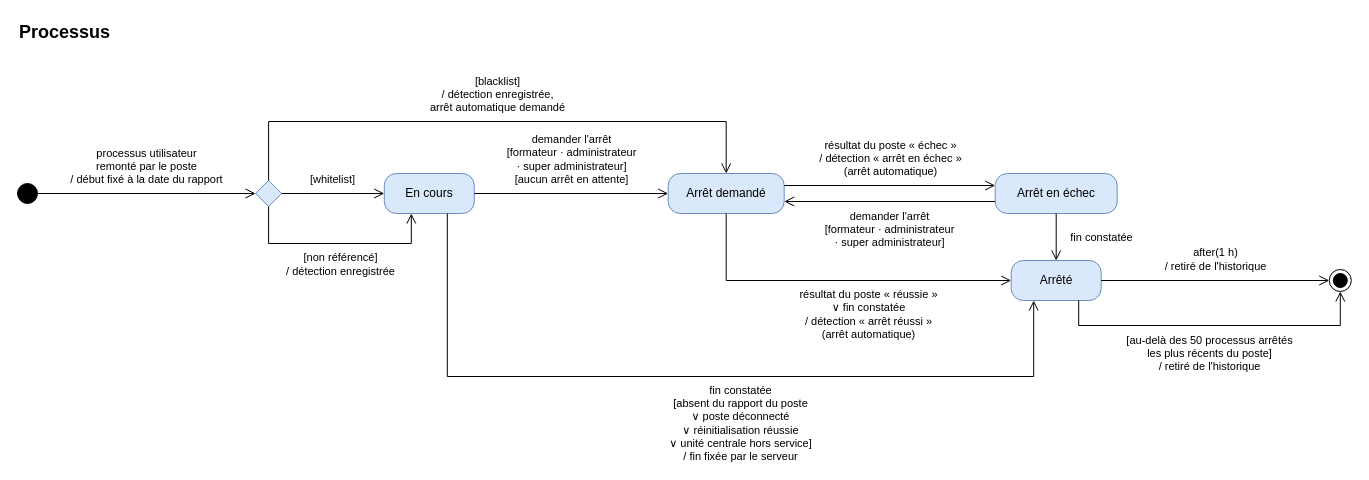
Above: page "Processus" (4 of 4) of docs/02-ANALYSE/03-ANALYSE/01-DIAGRAMMES-ETATS.drawio in bpierrelouis/aster (draw.io), before the change. Source tidied: cells renumbered, new cells numbered last; positions are measured from the earlier drawing's top-left corner, leaving out a move shared by most shapes. Both pictures are drawn from the tidied source at 100%, with x=0, y=0 at pixel (17, 17).
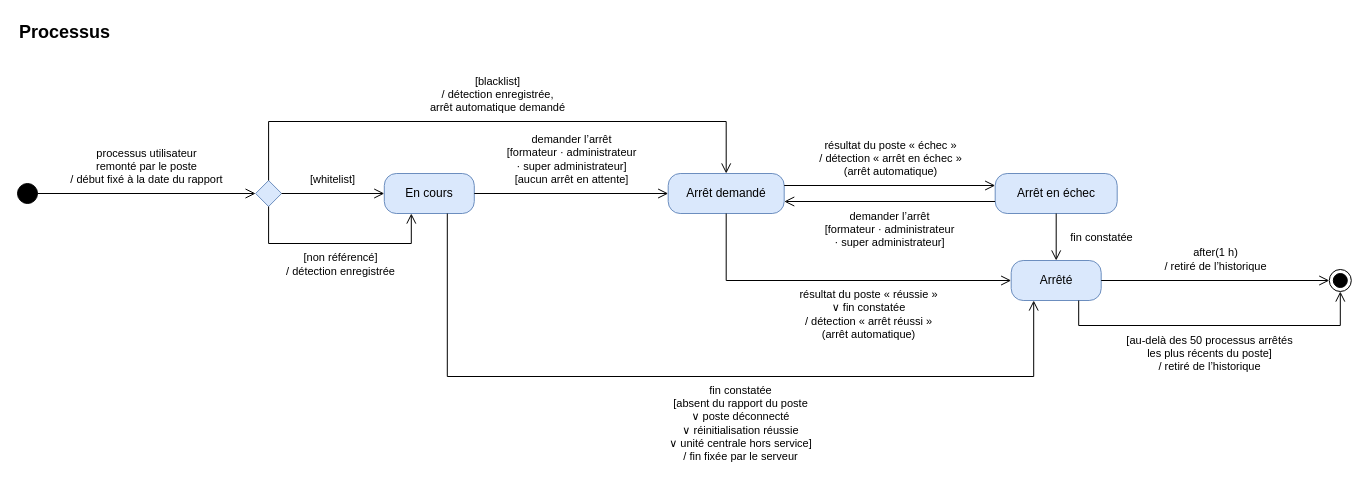
The same page after the edit.

Unchanged cells that the change refers to:
```xml
<mxCell id="5" value="En cours" style="rounded=1;arcSize=30;whiteSpace=wrap;html=1;fontSize=12;fillColor=#dae8fc;strokeColor=#6c8ebf;" parent="1" vertex="1">
  <mxGeometry x="366.8" y="156" width="90" height="40" as="geometry" />
</mxCell>
<mxCell id="6" value="Arrêt demandé" style="rounded=1;arcSize=30;whiteSpace=wrap;html=1;fontSize=12;fillColor=#dae8fc;strokeColor=#6c8ebf;" parent="1" vertex="1">
  <mxGeometry x="650.7" y="156" width="116" height="40" as="geometry" />
</mxCell>
<mxCell id="7" value="Arrêt en échec" style="rounded=1;arcSize=30;whiteSpace=wrap;html=1;fontSize=12;fillColor=#dae8fc;strokeColor=#6c8ebf;" parent="1" vertex="1">
  <mxGeometry x="977.7" y="156" width="122" height="40" as="geometry" />
</mxCell>
<mxCell id="8" value="Arrêté" style="rounded=1;arcSize=30;whiteSpace=wrap;html=1;fontSize=12;fillColor=#dae8fc;strokeColor=#6c8ebf;" parent="1" vertex="1">
  <mxGeometry x="993.7" y="243" width="90" height="40" as="geometry" />
</mxCell>
<mxCell id="9" style="ellipse;html=1;shape=endState;fillColor=#000000;strokeColor=#000000;fontSize=11;" parent="1" vertex="1">
  <mxGeometry x="1311.8" y="252" width="22" height="22" as="geometry" />
</mxCell>
```

Diff of the diagram source:
```diff
@@
-    <mxCell id="14" value="demander l'arrêt&lt;br&gt;[formateur · administrateur&lt;br&gt;· super administrateur]&lt;br&gt;[aucun arrêt en attente]" style="edgeStyle=orthogonalEdgeStyle;endArrow=open;endSize=8;html=1;rounded=0;fontSize=11;labelBackgroundColor=#ffffff;jumpStyle=arc;jumpSize=10;exitX=1;exitY=0.5;exitDx=0;exitDy=0;entryX=0;entryY=0.5;entryDx=0;entryDy=0;" parent="1" edge="1" source="5" target="6">
+    <mxCell id="14" value="demander l’arrêt&lt;br&gt;[formateur · administrateur&lt;br&gt;· super administrateur]&lt;br&gt;[aucun arrêt en attente]" style="edgeStyle=orthogonalEdgeStyle;endArrow=open;endSize=8;html=1;rounded=0;fontSize=11;labelBackgroundColor=#ffffff;jumpStyle=arc;jumpSize=10;exitX=1;exitY=0.5;exitDx=0;exitDy=0;entryX=0;entryY=0.5;entryDx=0;entryDy=0;" parent="1" edge="1" source="5" target="6">
       <mxGeometry relative="1" as="geometry">
         <mxPoint y="-34" as="offset" />
       </mxGeometry>
     </mxCell>
@@
-    <mxCell id="16" value="demander l'arrêt&lt;br&gt;[formateur · administrateur&lt;br&gt;· super administrateur]" style="edgeStyle=orthogonalEdgeStyle;endArrow=open;endSize=8;html=1;rounded=0;fontSize=11;labelBackgroundColor=#ffffff;jumpStyle=arc;jumpSize=10;exitX=0;exitY=0.7;exitDx=0;exitDy=0;entryX=1;entryY=0.7;entryDx=0;entryDy=0;" parent="1" edge="1" source="7" target="6">
+    <mxCell id="16" value="demander l’arrêt&lt;br&gt;[formateur · administrateur&lt;br&gt;· super administrateur]" style="edgeStyle=orthogonalEdgeStyle;endArrow=open;endSize=8;html=1;rounded=0;fontSize=11;labelBackgroundColor=#ffffff;jumpStyle=arc;jumpSize=10;exitX=0;exitY=0.7;exitDx=0;exitDy=0;entryX=1;entryY=0.7;entryDx=0;entryDy=0;" parent="1" edge="1" source="7" target="6">
       <mxGeometry relative="1" as="geometry">
         <mxPoint y="27.5" as="offset" />
       </mxGeometry>
     </mxCell>
@@
-    <mxCell id="20" value="after(1 h)&lt;br&gt;/ retiré de l'historique" style="edgeStyle=orthogonalEdgeStyle;endArrow=open;endSize=8;html=1;rounded=0;fontSize=11;labelBackgroundColor=#ffffff;jumpStyle=arc;jumpSize=10;exitX=1;exitY=0.5;exitDx=0;exitDy=0;entryX=0;entryY=0.5;entryDx=0;entryDy=0;" parent="1" edge="1" source="8" target="9">
+    <mxCell id="20" value="after(1 h)&lt;br&gt;/ retiré de l’historique" style="edgeStyle=orthogonalEdgeStyle;endArrow=open;endSize=8;html=1;rounded=0;fontSize=11;labelBackgroundColor=#ffffff;jumpStyle=arc;jumpSize=10;exitX=1;exitY=0.5;exitDx=0;exitDy=0;entryX=0;entryY=0.5;entryDx=0;entryDy=0;" parent="1" edge="1" source="8" target="9">
       <mxGeometry relative="1" as="geometry">
         <mxPoint y="-21" as="offset" />
       </mxGeometry>
     </mxCell>
-    <mxCell id="21" value="[au-delà des 50 processus arrêtés&lt;br&gt;les plus récents du poste]&lt;br&gt;/ retiré de l'historique" style="edgeStyle=orthogonalEdgeStyle;endArrow=open;endSize=8;html=1;rounded=0;fontSize=11;labelBackgroundColor=#ffffff;jumpStyle=arc;jumpSize=10;exitX=0.75;exitY=1;exitDx=0;exitDy=0;entryX=0.5;entryY=1;entryDx=0;entryDy=0;" parent="1" edge="1" source="8" target="9">
+    <mxCell id="21" value="[au-delà des 50 processus arrêtés&lt;br&gt;les plus récents du poste]&lt;br&gt;/ retiré de l’historique" style="edgeStyle=orthogonalEdgeStyle;endArrow=open;endSize=8;html=1;rounded=0;fontSize=11;labelBackgroundColor=#ffffff;jumpStyle=arc;jumpSize=10;exitX=0.75;exitY=1;exitDx=0;exitDy=0;entryX=0.5;entryY=1;entryDx=0;entryDy=0;" parent="1" edge="1" source="8" target="9">
       <mxGeometry relative="1" as="geometry">
         <Array as="points">
           <mxPoint x="1061.2" y="308" />
           <mxPoint x="1322.8" y="308" />
         </Array>
         <mxPoint x="-4.5" y="27.5" as="offset" />
       </mxGeometry>
     </mxCell>
```
